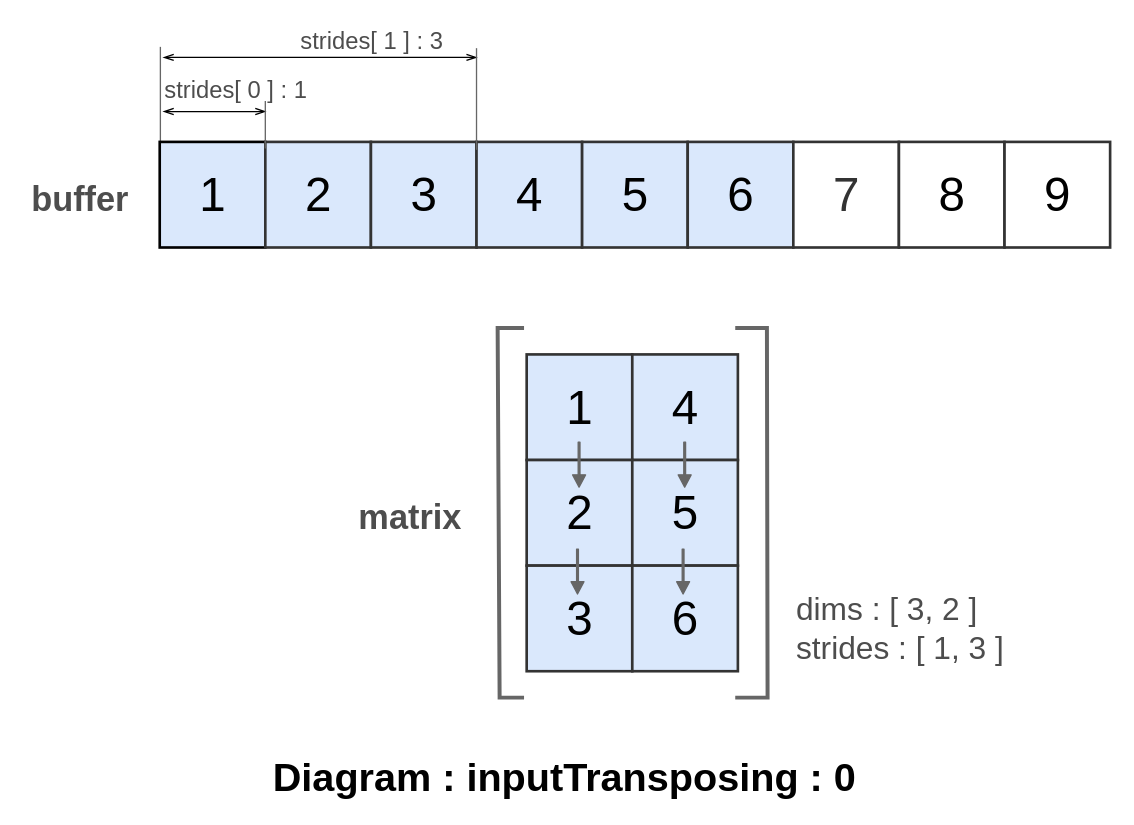
Above: page "StandardStrides, Transposing : 0" (2 of 7) of doc/img/Matrix.drawio in Wandalen/wMathMatrix (draw.io), before the change. Source tidied: cells renumbered, new cells numbered last; positions are measured from the earlier drawing's top-left corner, leaving out a move shared by most shapes. Both pictures are drawn from the tidied source at 132%, with x=0, y=0 at pixel (22, 22).
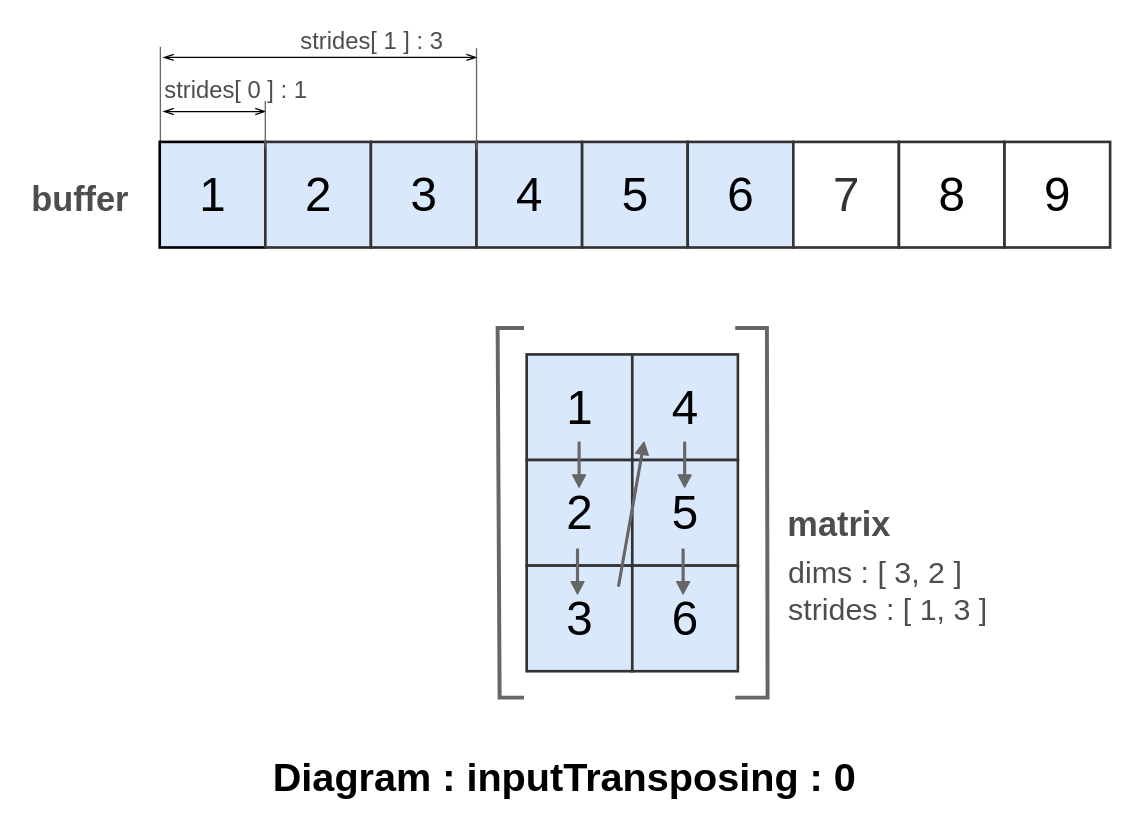
The same page after the edit.

The change refers to these unchanged cells:
```xml
<mxCell id="3" style="group;" parent="1" vertex="1">
  <mxGeometry width="823.5" height="511" as="geometry" />
</mxCell>
```

Diff of the diagram source:
```diff
@@
     <mxCell id="18" value="matrix" style="text;html=1;align=center;verticalAlign=middle;fontSize=26;fontColor=#4D4D4D;fontStyle=1;" parent="3" vertex="1">
-      <mxGeometry x="249" y="357" width="88" height="36" as="geometry" />
+      <mxGeometry x="574" y="362" width="88" height="36" as="geometry" />
     </mxCell>
@@
-    <mxCell id="27" value="dims : [ 3, 2 ]&lt;br style=&quot;font-size: 24px&quot;&gt;&lt;div style=&quot;font-size: 24px&quot;&gt;&lt;span style=&quot;font-size: 24px&quot;&gt;strides : [ 1, 3 ]&lt;/span&gt;&lt;/div&gt;" style="text;html=1;align=left;verticalAlign=middle;fontSize=24;fontColor=#4d4d4d;" parent="3" vertex="1">
-      <mxGeometry x="584" y="428" width="168" height="62" as="geometry" />
+    <mxCell id="27" value="dims : [ 3, 2 ]&lt;br style=&quot;font-size: 23px;&quot;&gt;&lt;div style=&quot;font-size: 23px;&quot;&gt;&lt;span style=&quot;font-size: 23px;&quot;&gt;strides : [ 1, 3 ]&lt;/span&gt;&lt;/div&gt;" style="text;html=1;align=left;verticalAlign=middle;fontSize=23;fontColor=#4d4d4d;" parent="3" vertex="1">
+      <mxGeometry x="578" y="398" width="160" height="65" as="geometry" />
     </mxCell>
@@
+    <mxCell id="35" style="shape=flexArrow;endArrow=classic;html=1;width=1.3548387096774193;endSize=2.7529032258064516;endWidth=7.460978147762747;fillColor=#666666;strokeColor=#666666;exitX=0.75;exitY=0;exitDx=0;exitDy=0;entryX=0;entryY=0.75;entryDx=0;entryDy=0;" parent="3" edge="1">
+      <mxGeometry relative="1" as="geometry">
+        <mxPoint x="451" y="427" as="sourcePoint" />
+        <mxPoint x="470.5" y="317" as="targetPoint" />
+      </mxGeometry>
+    </mxCell>
```
